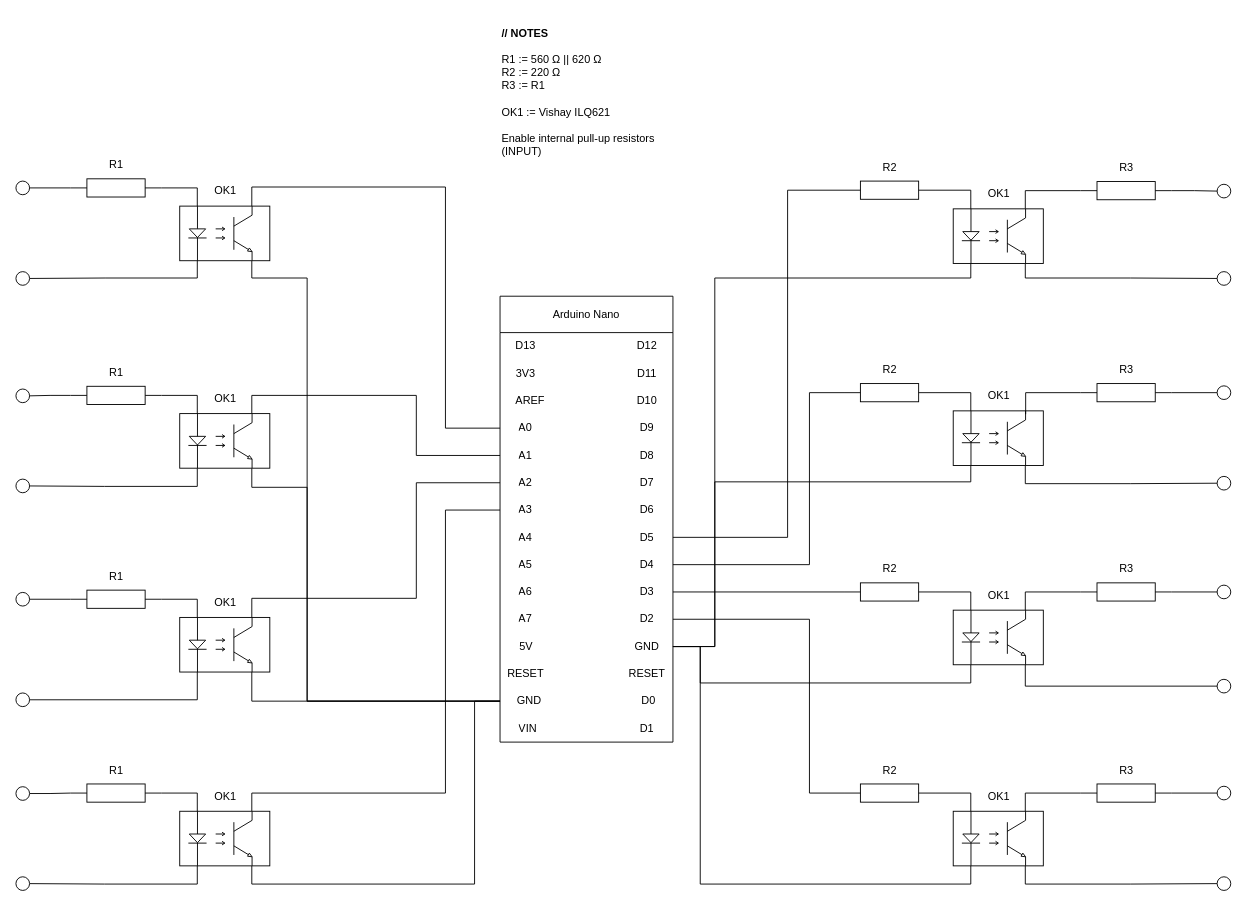
Crim5on/IO_Controller keeps this draw.io diagram as hwDesign/IOBoard.drawio. Above is the earlier version. Source tidied: cells renumbered, new cells numbered last; positions are measured from the earlier drawing's top-left corner, leaving out a move shared by most shapes. Both pictures are drawn from the tidied source at 91%, with x=0, y=0 at pixel (15, 15).
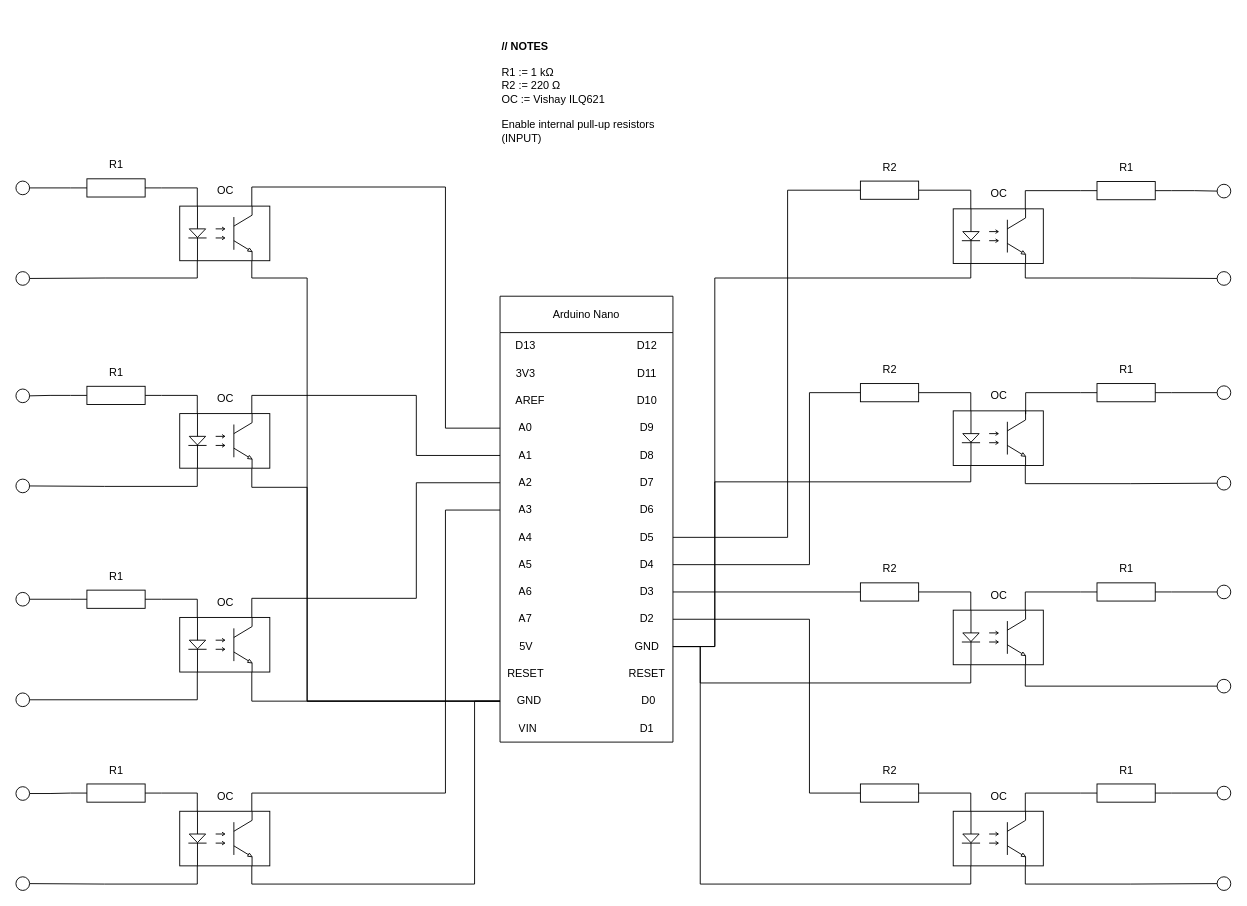
The same diagram, later.

What changed in the source:
```diff
@@
-    <mxCell id="85" value="&lt;b&gt;// NOTES&lt;br&gt;&lt;/b&gt;&lt;br&gt;R1 := 560 Ω || 620&amp;nbsp;Ω&lt;br&gt;R2 := 220 Ω&lt;br&gt;R3 := R1&lt;br&gt;&lt;br&gt;OK1 := Vishay&amp;nbsp;ILQ621&amp;nbsp;&lt;br&gt;&amp;nbsp;&lt;br&gt;Enable internal pull-up resistors&lt;br&gt;(INPUT)" style="text;html=1;align=left;verticalAlign=middle;strokeColor=none;fillColor=none;" parent="1" vertex="1">
-      <mxGeometry x="532" y="-0.5" width="192" height="168" as="geometry" />
+    <mxCell id="85" value="&lt;b&gt;// NOTES&lt;br&gt;&lt;/b&gt;&lt;br&gt;R1 := 1 kΩ&lt;br&gt;R2 := 220 Ω&lt;br&gt;OC := Vishay&amp;nbsp;ILQ621&amp;nbsp;&lt;br&gt;&amp;nbsp;&lt;br&gt;Enable internal pull-up resistors&lt;br&gt;(INPUT)" style="text;html=1;align=left;verticalAlign=middle;strokeColor=none;fillColor=none;" parent="1" vertex="1">
+      <mxGeometry x="532" y="15.5" width="192" height="136" as="geometry" />
     </mxCell>
@@
-    <mxCell id="92" value="R3" style="text;html=1;align=center;verticalAlign=middle;strokeColor=none;fillColor=none;" parent="1" vertex="1">
-      <mxGeometry x="1200" y="151.5" width="40" height="30" as="geometry" />
+    <mxCell id="92" value="R1" style="text;html=1;align=center;verticalAlign=middle;strokeColor=none;fillColor=none;" parent="1" vertex="1">
+      <mxGeometry x="1204" y="150.5" width="32" height="32" as="geometry" />
     </mxCell>
@@
-    <mxCell id="103" value="R3" style="text;html=1;align=center;verticalAlign=middle;strokeColor=none;fillColor=none;" parent="1" vertex="1">
-      <mxGeometry x="1200" y="374" width="40" height="30" as="geometry" />
+    <mxCell id="103" value="R1" style="text;html=1;align=center;verticalAlign=middle;strokeColor=none;fillColor=none;" parent="1" vertex="1">
+      <mxGeometry x="1204" y="373" width="32" height="32" as="geometry" />
     </mxCell>
@@
-    <mxCell id="107" value="R3" style="text;html=1;align=center;verticalAlign=middle;strokeColor=none;fillColor=none;" parent="1" vertex="1">
-      <mxGeometry x="1200" y="593" width="40" height="30" as="geometry" />
+    <mxCell id="107" value="R1" style="text;html=1;align=center;verticalAlign=middle;strokeColor=none;fillColor=none;" parent="1" vertex="1">
+      <mxGeometry x="1204" y="592" width="32" height="32" as="geometry" />
     </mxCell>
@@
-    <mxCell id="110" value="R3" style="text;html=1;align=center;verticalAlign=middle;strokeColor=none;fillColor=none;" parent="1" vertex="1">
-      <mxGeometry x="1200" y="814" width="40" height="30" as="geometry" />
+    <mxCell id="110" value="R1" style="text;html=1;align=center;verticalAlign=middle;strokeColor=none;fillColor=none;" parent="1" vertex="1">
+      <mxGeometry x="1204" y="813" width="32" height="32" as="geometry" />
     </mxCell>
-    <mxCell id="111" value="OK1" style="text;html=1;align=center;verticalAlign=middle;strokeColor=none;fillColor=none;" parent="1" vertex="1">
-      <mxGeometry x="205.5" y="176" width="48" height="32" as="geometry" />
+    <mxCell id="111" value="OC" style="text;html=1;align=center;verticalAlign=middle;strokeColor=none;fillColor=none;" parent="1" vertex="1">
+      <mxGeometry x="209.5" y="176" width="40" height="32" as="geometry" />
     </mxCell>
-    <mxCell id="112" value="OK1" style="text;html=1;align=center;verticalAlign=middle;strokeColor=none;fillColor=none;" parent="1" vertex="1">
-      <mxGeometry x="205.5" y="405" width="48" height="32" as="geometry" />
+    <mxCell id="112" value="OC" style="text;html=1;align=center;verticalAlign=middle;strokeColor=none;fillColor=none;" parent="1" vertex="1">
+      <mxGeometry x="209.5" y="405" width="40" height="32" as="geometry" />
     </mxCell>
-    <mxCell id="113" value="OK1" style="text;html=1;align=center;verticalAlign=middle;strokeColor=none;fillColor=none;" parent="1" vertex="1">
-      <mxGeometry x="205.5" y="629" width="48" height="32" as="geometry" />
+    <mxCell id="113" value="OC" style="text;html=1;align=center;verticalAlign=middle;strokeColor=none;fillColor=none;" parent="1" vertex="1">
+      <mxGeometry x="209.5" y="629" width="40" height="32" as="geometry" />
     </mxCell>
-    <mxCell id="114" value="OK1" style="text;html=1;align=center;verticalAlign=middle;strokeColor=none;fillColor=none;" parent="1" vertex="1">
-      <mxGeometry x="205.5" y="842" width="48" height="32" as="geometry" />
+    <mxCell id="114" value="OC" style="text;html=1;align=center;verticalAlign=middle;strokeColor=none;fillColor=none;" parent="1" vertex="1">
+      <mxGeometry x="209.5" y="842" width="40" height="32" as="geometry" />
     </mxCell>
-    <mxCell id="115" value="OK1" style="text;html=1;align=center;verticalAlign=middle;strokeColor=none;fillColor=none;" parent="1" vertex="1">
-      <mxGeometry x="1055.5" y="842" width="48" height="32" as="geometry" />
+    <mxCell id="115" value="OC" style="text;html=1;align=center;verticalAlign=middle;strokeColor=none;fillColor=none;" parent="1" vertex="1">
+      <mxGeometry x="1059.5" y="842" width="40" height="32" as="geometry" />
     </mxCell>
-    <mxCell id="116" value="OK1" style="text;html=1;align=center;verticalAlign=middle;strokeColor=none;fillColor=none;" parent="1" vertex="1">
-      <mxGeometry x="1055.5" y="621" width="48" height="32" as="geometry" />
+    <mxCell id="116" value="OC" style="text;html=1;align=center;verticalAlign=middle;strokeColor=none;fillColor=none;" parent="1" vertex="1">
+      <mxGeometry x="1059.5" y="621" width="40" height="32" as="geometry" />
     </mxCell>
-    <mxCell id="117" value="OK1" style="text;html=1;align=center;verticalAlign=middle;strokeColor=none;fillColor=none;" parent="1" vertex="1">
-      <mxGeometry x="1055.5" y="402" width="48" height="32" as="geometry" />
+    <mxCell id="117" value="OC" style="text;html=1;align=center;verticalAlign=middle;strokeColor=none;fillColor=none;" parent="1" vertex="1">
+      <mxGeometry x="1059.5" y="402" width="40" height="32" as="geometry" />
     </mxCell>
-    <mxCell id="118" value="OK1" style="text;html=1;align=center;verticalAlign=middle;strokeColor=none;fillColor=none;" parent="1" vertex="1">
-      <mxGeometry x="1055.5" y="179" width="48" height="32" as="geometry" />
+    <mxCell id="118" value="OC" style="text;html=1;align=center;verticalAlign=middle;strokeColor=none;fillColor=none;" parent="1" vertex="1">
+      <mxGeometry x="1059.5" y="179" width="40" height="32" as="geometry" />
     </mxCell>
```
